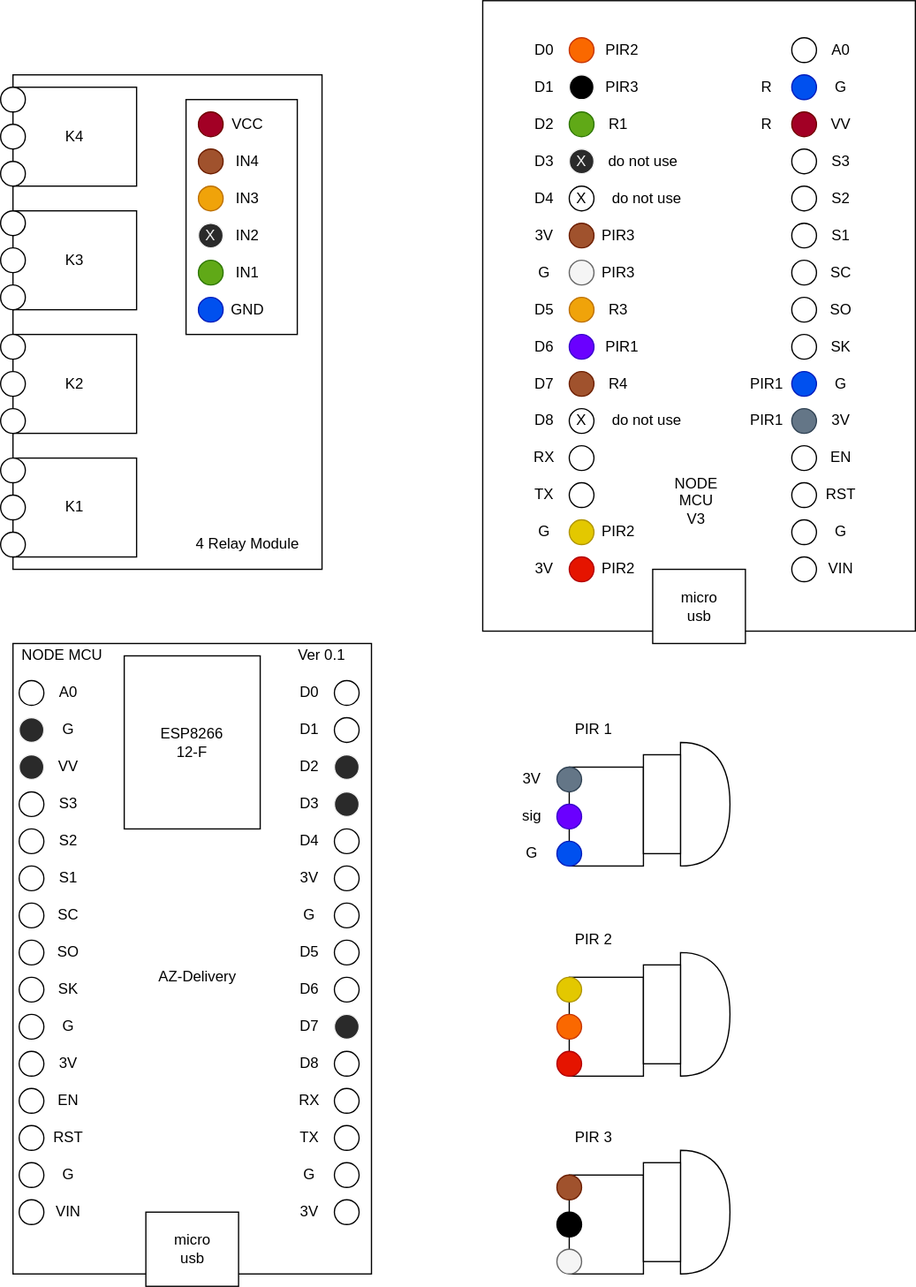
Before: docs/level_field/esp_relay.drawio.svg, a diagram exported from draw.io (alexkratzer/autohomestack). Source tidied: cells renumbered, new cells last; positions are measured from the earlier drawing's top-left corner, leaving out a move shared by most shapes.
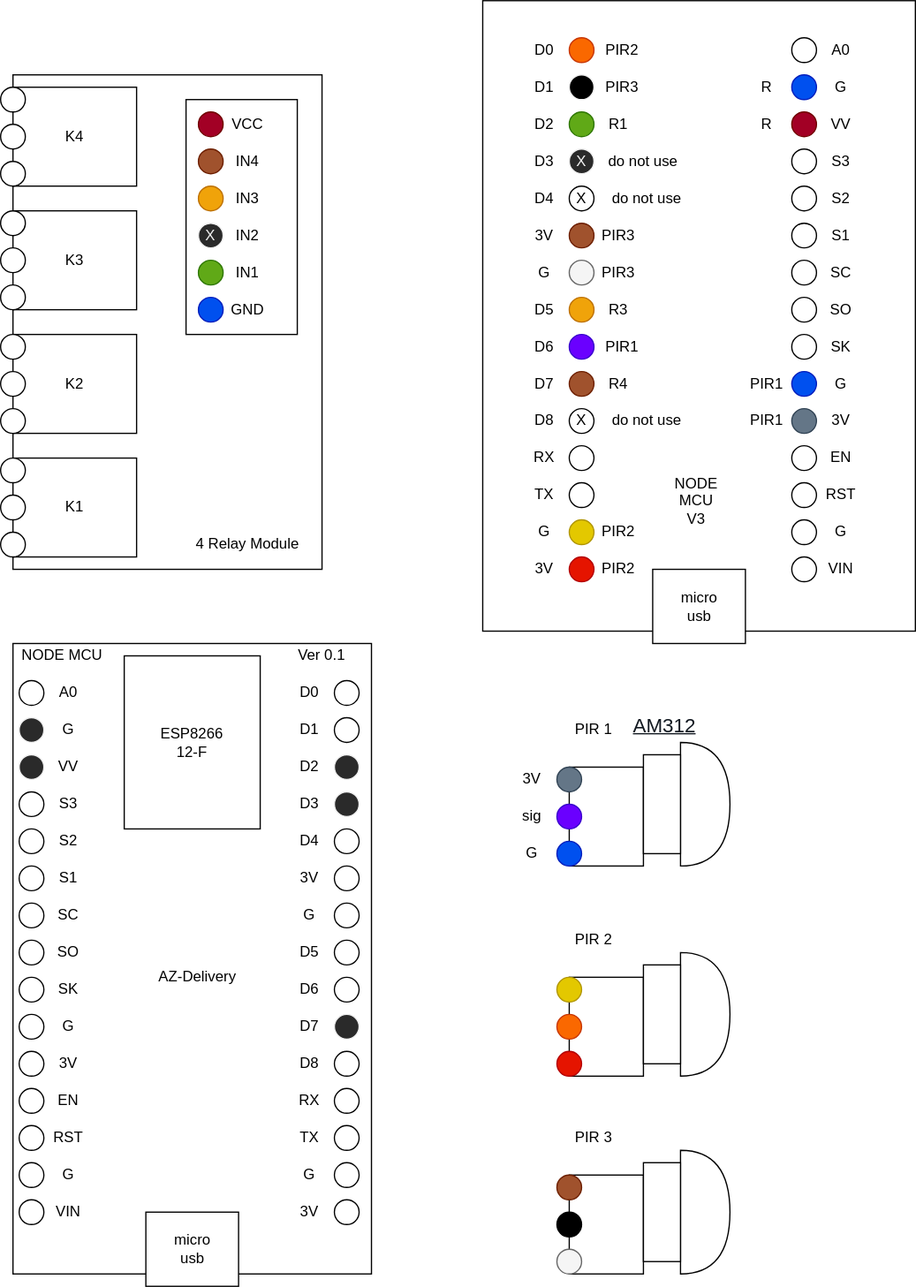
After the change.

Change to the diagram source:
```diff
@@ -338,6 +338,9 @@
     <mxCell id="113" value="PIR 1" style="text;html=1;strokeColor=none;fillColor=none;align=center;verticalAlign=middle;whiteSpace=wrap;rounded=0;" parent="106" vertex="1">
       <mxGeometry x="10" width="40" height="20" as="geometry" />
     </mxCell>
+    <mxCell id="216" value="&lt;meta charset=&quot;utf-8&quot;&gt;&lt;a href=&quot;https://www.ebay.de/itm/283412792017&quot; class=&quot;nav-link&quot; style=&quot;text-decoration: underline; color: rgb(17, 24, 32); font-family: &amp;quot;market sans&amp;quot;, arial, sans-serif; font-size: 16px; font-style: normal; font-weight: 400; letter-spacing: normal; text-indent: 0px; text-transform: none; word-spacing: 0px; background-color: rgb(255, 255, 255); outline-width: 0px;&quot;&gt;AM312&lt;span&gt;&amp;nbsp;&lt;/span&gt;&lt;/a&gt;" style="text;whiteSpace=wrap;html=1;" parent="106" vertex="1">
+      <mxGeometry x="60" y="-10" width="80" height="30" as="geometry" />
+    </mxCell>
     <mxCell id="114" value="R3" style="text;html=1;strokeColor=none;fillColor=none;align=center;verticalAlign=middle;whiteSpace=wrap;rounded=0;" parent="1" vertex="1">
       <mxGeometry x="480" y="240" width="40" height="20" as="geometry" />
     </mxCell>
```
